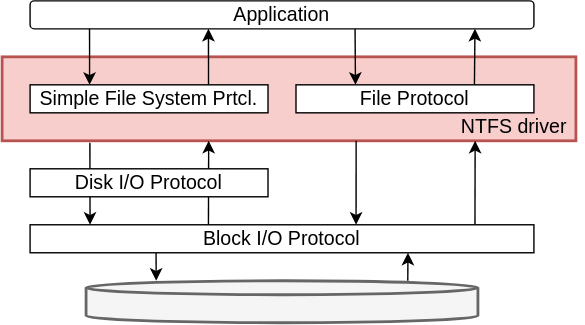
powware/bachelor-thesis keeps this draw.io diagram as figures/uefi_volume_access_stack.drawio.svg. Above is the earlier version. Source tidied: cells renumbered, new cells last; positions are measured from the earlier drawing's top-left corner, leaving out a move shared by most shapes.
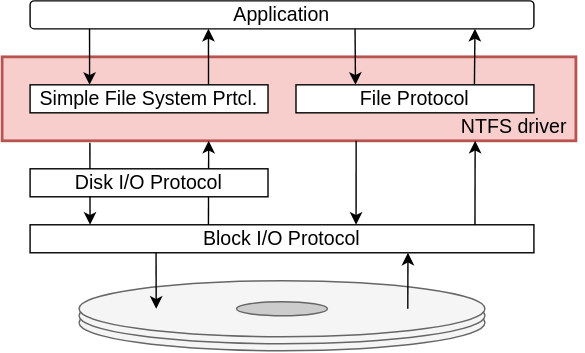
After the commit.

The edit, as a diff of the source:
```diff
@@ -29,12 +29,6 @@
     <mxCell id="10" value="Disk I/O Protocol" style="rounded=0;whiteSpace=wrap;html=1;fontSize=14;" parent="1" vertex="1">
       <mxGeometry x="20" y="120" width="170" height="20" as="geometry" />
     </mxCell>
-    <mxCell id="11" style="edgeStyle=none;html=1;exitX=0.25;exitY=1;exitDx=0;exitDy=0;entryX=0.179;entryY=0;entryDx=0;entryDy=0;fontSize=14;entryPerimeter=0;" parent="1" edge="1" source="13" target="19">
-      <mxGeometry relative="1" as="geometry" />
-    </mxCell>
-    <mxCell id="12" style="edgeStyle=none;html=1;exitX=0.821;exitY=0;exitDx=0;exitDy=0;entryX=0.75;entryY=1;entryDx=0;entryDy=0;fontSize=14;exitPerimeter=0;" parent="1" edge="1" source="19" target="13">
-      <mxGeometry relative="1" as="geometry" />
-    </mxCell>
     <mxCell id="13" value="Block I/O Protocol" style="rounded=0;whiteSpace=wrap;html=1;fontSize=14;" parent="1" vertex="1">
       <mxGeometry x="20" y="160" width="360" height="20" as="geometry" />
     </mxCell>
@@ -55,8 +49,30 @@
     <mxCell id="18" value="File Protocol" style="rounded=0;whiteSpace=wrap;html=1;fontSize=14;" parent="1" vertex="1">
       <mxGeometry x="210" y="60" width="170" height="20" as="geometry" />
     </mxCell>
-    <mxCell id="19" style="strokeWidth=2;html=1;shape=mxgraph.flowchart.database;whiteSpace=wrap;rounded=0;fontSize=14;fillColor=#f5f5f5;fontColor=#333333;strokeColor=#666666;" parent="1" vertex="1">
-      <mxGeometry x="60" y="200" width="280" height="30" as="geometry" />
-    </mxCell>
+    <mxCell id="20" style="group;" parent="1" vertex="1">
+      <mxGeometry x="55" y="200" width="290" height="50" as="geometry" />
+    </mxCell>
+    <mxCell id="21" style="ellipse;whiteSpace=wrap;html=1;fillColor=#f5f5f5;fontColor=#333333;strokeColor=#666666;" parent="20" vertex="1">
+      <mxGeometry y="10" width="290" height="40" as="geometry" />
+    </mxCell>
+    <mxCell id="22" style="ellipse;whiteSpace=wrap;html=1;fillColor=#f5f5f5;fontColor=#333333;strokeColor=#666666;" parent="20" vertex="1">
+      <mxGeometry y="5" width="290" height="40" as="geometry" />
+    </mxCell>
+    <mxCell id="23" style="ellipse;whiteSpace=wrap;html=1;fillColor=#f5f5f5;fontColor=#333333;strokeColor=#666666;" parent="20" vertex="1">
+      <mxGeometry width="290" height="40" as="geometry" />
+    </mxCell>
+    <mxCell id="12" style="edgeStyle=none;html=1;exitX=0.821;exitY=0;exitDx=0;exitDy=0;entryX=0.75;entryY=1;entryDx=0;entryDy=0;fontSize=14;exitPerimeter=0;" parent="20" edge="1" target="13">
+      <mxGeometry relative="1" as="geometry">
+        <mxPoint x="234.9" y="20" as="sourcePoint" />
+      </mxGeometry>
+    </mxCell>
+    <mxCell id="11" style="edgeStyle=none;html=1;exitX=0.25;exitY=1;exitDx=0;exitDy=0;entryX=0.179;entryY=0;entryDx=0;entryDy=0;fontSize=14;entryPerimeter=0;" parent="20" edge="1" source="13">
+      <mxGeometry relative="1" as="geometry">
+        <mxPoint x="55.1" y="20" as="targetPoint" />
+      </mxGeometry>
+    </mxCell>
+    <mxCell id="24" style="ellipse;whiteSpace=wrap;html=1;fillColor=#CCCCCC;strokeColor=#666666;fontColor=#333333;" parent="20" vertex="1">
+      <mxGeometry x="112.5" y="15" width="65" height="10" as="geometry" />
+    </mxCell>
   </root>
 </mxGraphModel>
```
